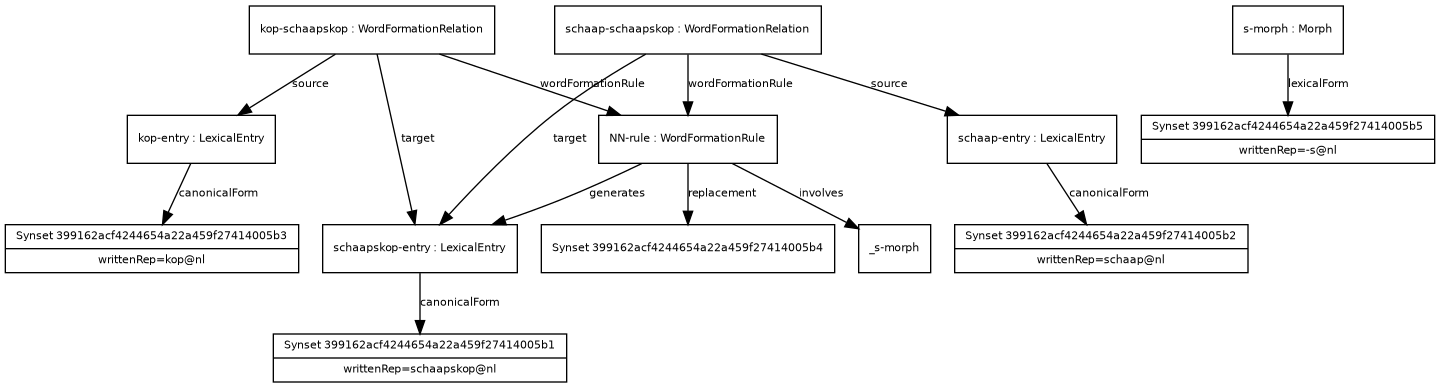
Above: examples/example_20.png in ontolex/morph (Graphviz), before the change. Its source is kept beside it as examples/example_20.dot.
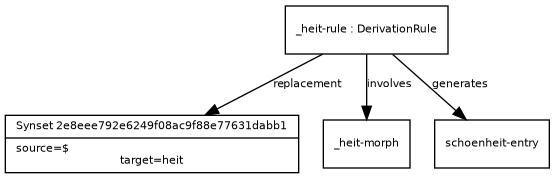
Above is the later version.

The edit, as a diff of the source:
```diff
@@ -13,30 +13,11 @@
       fontsize = 8
     ]
 
-Synset399162acf4244654a22a459f27414005b3 [ label="{Synset 399162acf4244654a22a459f27414005b3|writtenRep=kop@nl}" ]
-kopentry -> Synset399162acf4244654a22a459f27414005b3 [ label="canonicalForm" ]
-kopentry [ label="{kop-entry : LexicalEntry}" ]
-kopschaapskop -> kopentry [ label="source" ]
-Synset399162acf4244654a22a459f27414005b1 [ label="{Synset 399162acf4244654a22a459f27414005b1|writtenRep=schaapskop@nl}" ]
-schaapskopentry -> Synset399162acf4244654a22a459f27414005b1 [ label="canonicalForm" ]
-schaapskopentry [ label="{schaapskop-entry : LexicalEntry}" ]
-kopschaapskop -> schaapskopentry [ label="target" ]
-Synset399162acf4244654a22a459f27414005b4 [ label="{Synset 399162acf4244654a22a459f27414005b4}" ]
-NNrule -> Synset399162acf4244654a22a459f27414005b4 [ label="replacement" ]
-_smorph [ label="{_s-morph}" ]
-NNrule -> _smorph [ label="involves" ]
-NNrule -> schaapskopentry [ label="generates" ]
-NNrule [ label="{NN-rule : WordFormationRule}" ]
-kopschaapskop -> NNrule [ label="wordFormationRule" ]
-kopschaapskop [ label="{kop-schaapskop : WordFormationRelation}" ]
-Synset399162acf4244654a22a459f27414005b5 [ label="{Synset 399162acf4244654a22a459f27414005b5|writtenRep=-s@nl}" ]
-smorph -> Synset399162acf4244654a22a459f27414005b5 [ label="lexicalForm" ]
-smorph [ label="{s-morph : Morph}" ]
-Synset399162acf4244654a22a459f27414005b2 [ label="{Synset 399162acf4244654a22a459f27414005b2|writtenRep=schaap@nl}" ]
-schaapentry -> Synset399162acf4244654a22a459f27414005b2 [ label="canonicalForm" ]
-schaapentry [ label="{schaap-entry : LexicalEntry}" ]
-schaapschaapskop -> schaapentry [ label="source" ]
-schaapschaapskop -> schaapskopentry [ label="target" ]
-schaapschaapskop -> NNrule [ label="wordFormationRule" ]
-schaapschaapskop [ label="{schaap-schaapskop : WordFormationRelation}" ]
+Synset2e8eee792e6249f08ac9f88e77631dabb1 [ label="{Synset 2e8eee792e6249f08ac9f88e77631dabb1|source=$\ltarget=heit}" ]
+_heitrule -> Synset2e8eee792e6249f08ac9f88e77631dabb1 [ label="replacement" ]
+_heitmorph [ label="{_heit-morph}" ]
+_heitrule -> _heitmorph [ label="involves" ]
+schoenheitentry [ label="{schoenheit-entry}" ]
+_heitrule -> schoenheitentry [ label="generates" ]
+_heitrule [ label="{_heit-rule : DerivationRule}" ]
 }
```
